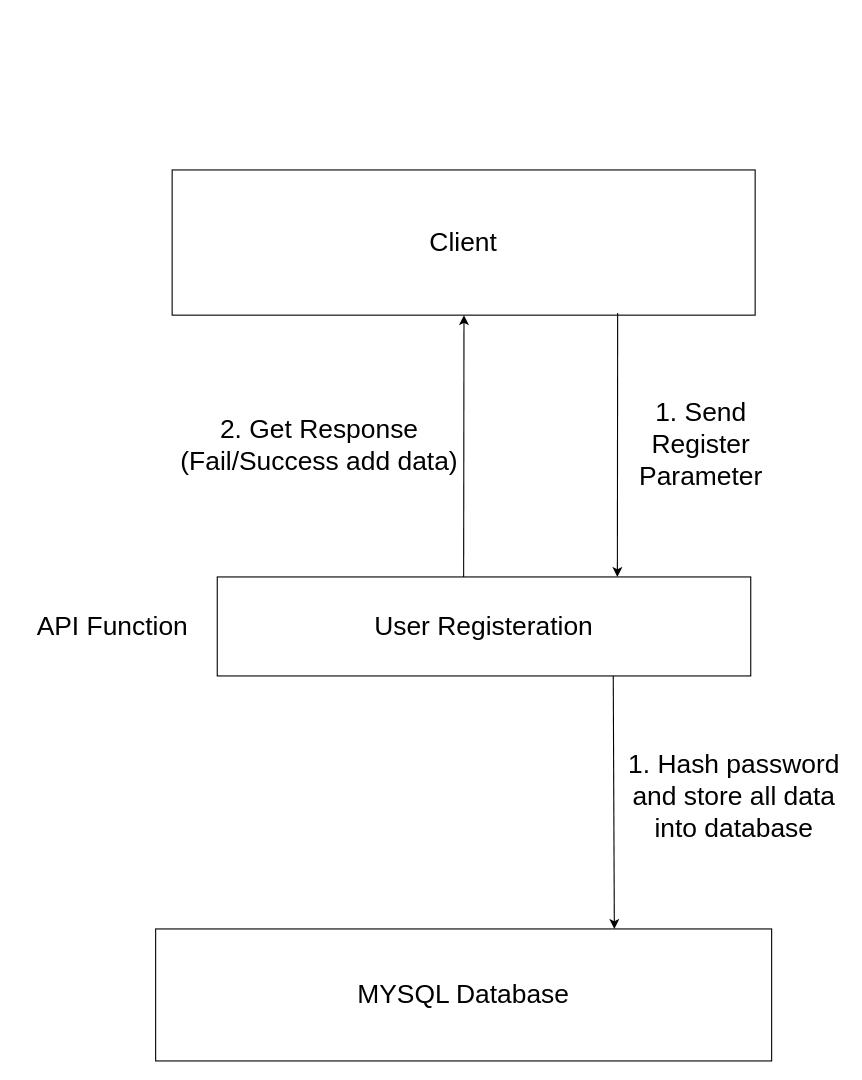
Above: flows/registration.drawio in Anhsin-Jack/backend (draw.io), before the change. Source tidied: cells renumbered, new cells numbered last; positions are measured from the earlier drawing's top-left corner, leaving out a move shared by most shapes. Both pictures are drawn from the tidied source at 110%, with x=0, y=0 at pixel (19, 169).
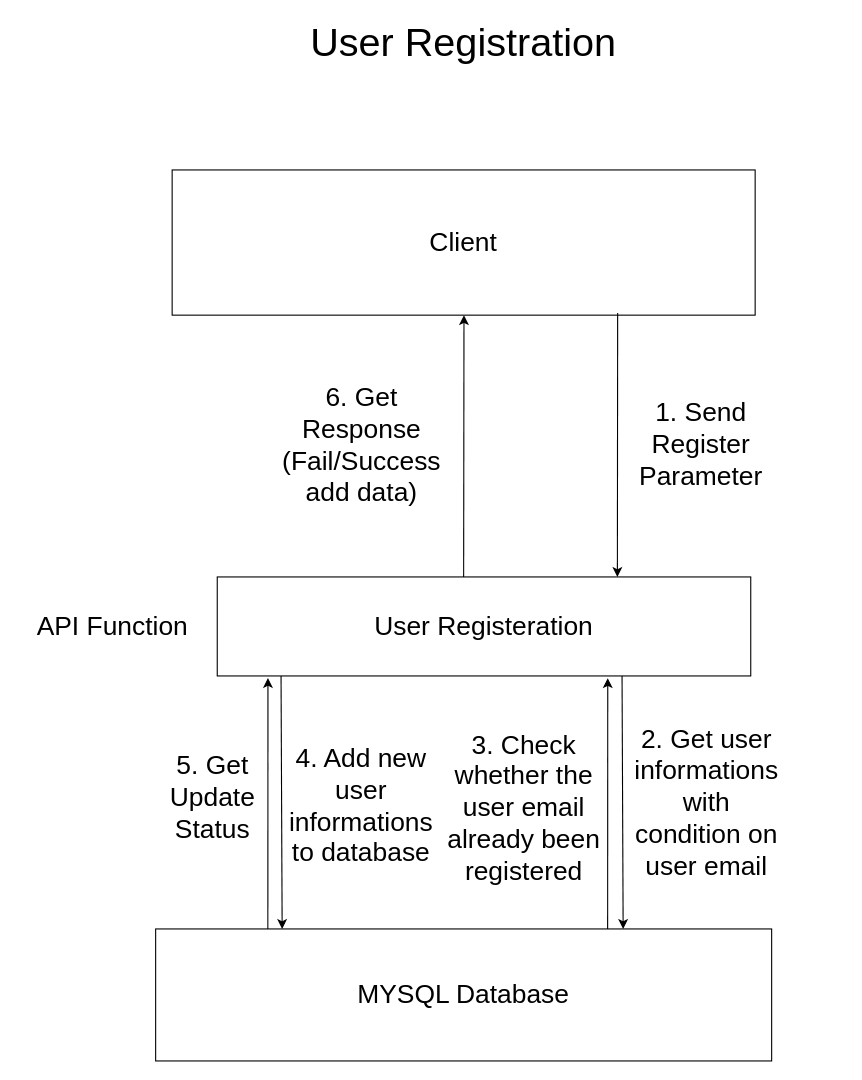
The same page after the edit.

What changed in the source:
```diff
@@
     <mxCell id="7" style="endArrow=classic;html=1;fontSize=24;exitX=0.75;exitY=1;exitDx=0;exitDy=0;" parent="1" edge="1">
       <mxGeometry relative="1" as="geometry">
-        <mxPoint x="540" y="460" as="sourcePoint" />
-        <mxPoint x="541" y="690" as="targetPoint" />
+        <mxPoint x="548" y="460" as="sourcePoint" />
+        <mxPoint x="549" y="690" as="targetPoint" />
       </mxGeometry>
     </mxCell>
-    <mxCell id="8" value="1. Hash password and store all data into database" style="text;html=1;strokeColor=none;fillColor=none;align=center;verticalAlign=middle;whiteSpace=wrap;rounded=0;fontSize=24;" parent="1" vertex="1">
-      <mxGeometry x="550" y="510" width="200" height="120" as="geometry" />
+    <mxCell id="8" value="2. Get user informations with condition on user email" style="text;html=1;strokeColor=none;fillColor=none;align=center;verticalAlign=middle;whiteSpace=wrap;rounded=0;fontSize=24;" parent="1" vertex="1">
+      <mxGeometry x="560" y="480" width="130" height="190" as="geometry" />
     </mxCell>
@@
-    <mxCell id="10" value="2. Get Response&lt;br&gt;(Fail/Success add data)" style="text;html=1;strokeColor=none;fillColor=none;align=center;verticalAlign=middle;whiteSpace=wrap;rounded=0;fontSize=24;" parent="1" vertex="1">
-      <mxGeometry x="143" y="190" width="260" height="120" as="geometry" />
+    <mxCell id="10" value="6. Get Response&lt;br&gt;(Fail/Success add data)" style="text;html=1;strokeColor=none;fillColor=none;align=center;verticalAlign=middle;whiteSpace=wrap;rounded=0;fontSize=24;" parent="1" vertex="1">
+      <mxGeometry x="232.5" y="170" width="157" height="160" as="geometry" />
     </mxCell>
@@
+    <mxCell id="12" style="endArrow=classic;html=1;exitX=0.698;exitY=0.001;exitDx=0;exitDy=0;exitPerimeter=0;" parent="1" edge="1">
+      <mxGeometry relative="1" as="geometry">
+        <mxPoint x="534.9" y="690.1" as="sourcePoint" />
+        <mxPoint x="535" y="462" as="targetPoint" />
+      </mxGeometry>
+    </mxCell>
+    <mxCell id="13" value="3. Check whether the user email already been registered" style="text;html=1;strokeColor=none;fillColor=none;align=center;verticalAlign=middle;whiteSpace=wrap;rounded=0;fontSize=24;" parent="1" vertex="1">
+      <mxGeometry x="374" y="490" width="170" height="180" as="geometry" />
+    </mxCell>
+    <mxCell id="14" style="endArrow=classic;html=1;fontSize=24;exitX=0.75;exitY=1;exitDx=0;exitDy=0;" parent="1" edge="1">
+      <mxGeometry relative="1" as="geometry">
+        <mxPoint x="238" y="460" as="sourcePoint" />
+        <mxPoint x="239" y="690" as="targetPoint" />
+      </mxGeometry>
+    </mxCell>
+    <mxCell id="15" value="4. Add new user informations to database" style="text;html=1;strokeColor=none;fillColor=none;align=center;verticalAlign=middle;whiteSpace=wrap;rounded=0;fontSize=24;" parent="1" vertex="1">
+      <mxGeometry x="256" y="510" width="110" height="136" as="geometry" />
+    </mxCell>
+    <mxCell id="16" style="endArrow=classic;html=1;exitX=0.698;exitY=0.001;exitDx=0;exitDy=0;exitPerimeter=0;" parent="1" edge="1">
+      <mxGeometry relative="1" as="geometry">
+        <mxPoint x="226" y="690" as="sourcePoint" />
+        <mxPoint x="226.1" y="461.9" as="targetPoint" />
+      </mxGeometry>
+    </mxCell>
+    <mxCell id="17" value="5. Get Update Status" style="text;html=1;strokeColor=none;fillColor=none;align=center;verticalAlign=middle;whiteSpace=wrap;rounded=0;fontSize=24;" parent="1" vertex="1">
+      <mxGeometry x="121" y="503" width="110" height="136" as="geometry" />
+    </mxCell>
+    <mxCell id="18" value="&lt;font style=&quot;font-size: 36px;&quot;&gt;User Registration&lt;/font&gt;" style="text;html=1;strokeColor=none;fillColor=none;align=center;verticalAlign=middle;whiteSpace=wrap;rounded=0;" parent="1" vertex="1">
+      <mxGeometry x="231" y="-131" width="346" height="30" as="geometry" />
+    </mxCell>
```
